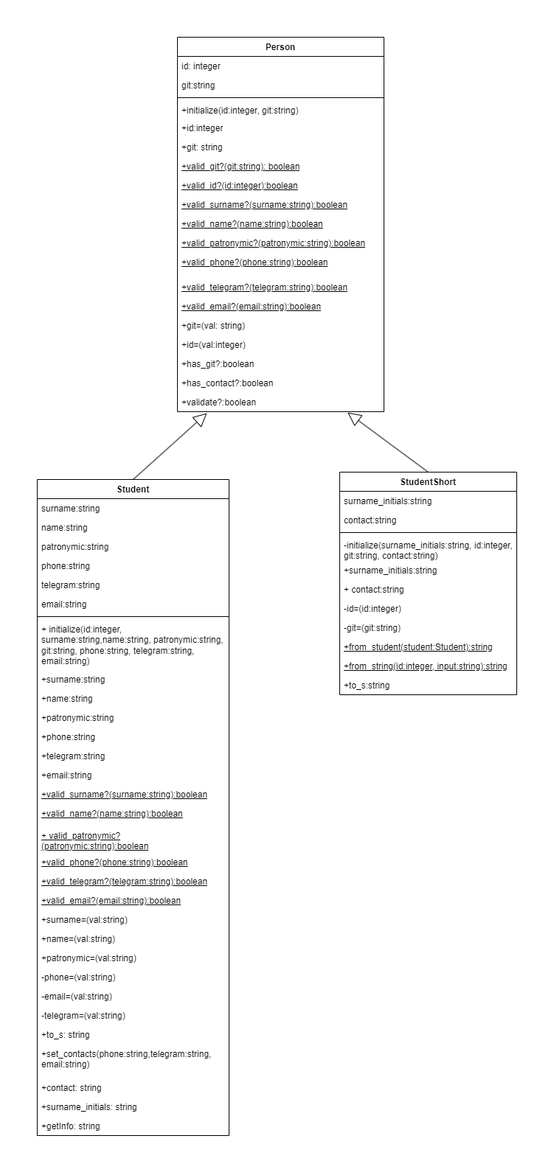
This is class_student/diagram.png from llKristina/ruby, a draw.io export, as it was before one commit. Source tidied: cells renumbered, new cells last; positions are measured from the earlier drawing's top-left corner, leaving out a move shared by most shapes.
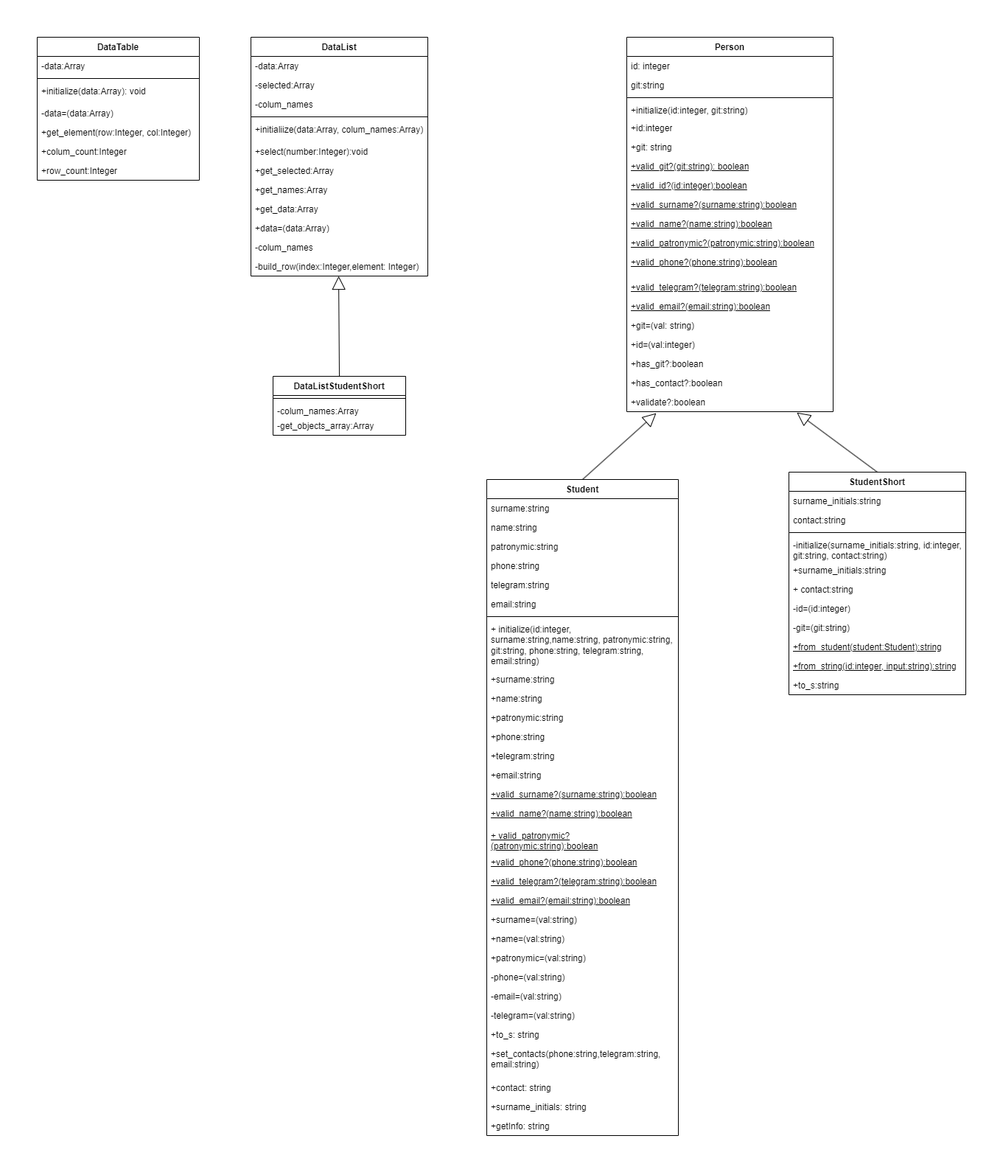
After the commit.

Commit message:
lab 4 task 1.10

Измененная диаграмма

Change to the diagram source:
```diff
@@ -202,5 +202,83 @@
     <mxCell id="67" style="endArrow=block;endSize=16;endFill=0;html=1;rounded=0;exitX=0.5;exitY=0;exitDx=0;exitDy=0;entryX=0.824;entryY=1.046;entryDx=0;entryDy=0;entryPerimeter=0;" parent="1" edge="1" source="54" target="21">
       <mxGeometry relative="1" as="geometry" />
     </mxCell>
+    <mxCell id="68" value="DataTable" style="swimlane;fontStyle=1;align=center;verticalAlign=top;horizontal=1;startSize=26;whiteSpace=wrap;html=1;" parent="1" vertex="1">
+      <mxGeometry x="-610" width="220" height="194" as="geometry" />
+    </mxCell>
+    <mxCell id="69" value="-data:Array" style="text;strokeColor=none;fillColor=none;align=left;verticalAlign=top;spacingLeft=4;spacingRight=4;overflow=hidden;whiteSpace=wrap;html=1;" parent="68" vertex="1">
+      <mxGeometry y="26" width="220" height="26" as="geometry" />
+    </mxCell>
+    <mxCell id="70" style="line;strokeWidth=1;fillColor=none;align=left;verticalAlign=middle;spacingTop=-1;spacingLeft=3;spacingRight=3;labelPosition=right;strokeColor=inherit;" parent="68" vertex="1">
+      <mxGeometry y="52" width="220" height="8" as="geometry" />
+    </mxCell>
+    <mxCell id="71" value="+initialize(data:Array): void" style="text;strokeColor=none;fillColor=none;align=left;verticalAlign=top;spacingLeft=4;spacingRight=4;overflow=hidden;whiteSpace=wrap;html=1;" parent="68" vertex="1">
+      <mxGeometry y="60" width="220" height="30" as="geometry" />
+    </mxCell>
+    <mxCell id="72" value="-data=(data:Array)" style="text;strokeColor=none;fillColor=none;align=left;verticalAlign=top;spacingLeft=4;spacingRight=4;overflow=hidden;whiteSpace=wrap;html=1;" parent="68" vertex="1">
+      <mxGeometry y="90" width="220" height="26" as="geometry" />
+    </mxCell>
+    <mxCell id="73" value="+get_element(row:Integer, col:Integer)" style="text;strokeColor=none;fillColor=none;align=left;verticalAlign=top;spacingLeft=4;spacingRight=4;overflow=hidden;whiteSpace=wrap;html=1;" parent="68" vertex="1">
+      <mxGeometry y="116" width="220" height="26" as="geometry" />
+    </mxCell>
+    <mxCell id="74" value="+colum_count:Integer" style="text;strokeColor=none;fillColor=none;align=left;verticalAlign=top;spacingLeft=4;spacingRight=4;overflow=hidden;whiteSpace=wrap;html=1;" parent="68" vertex="1">
+      <mxGeometry y="142" width="220" height="26" as="geometry" />
+    </mxCell>
+    <mxCell id="75" value="+row_count:Integer" style="text;strokeColor=none;fillColor=none;align=left;verticalAlign=top;spacingLeft=4;spacingRight=4;overflow=hidden;whiteSpace=wrap;html=1;" parent="68" vertex="1">
+      <mxGeometry y="168" width="220" height="26" as="geometry" />
+    </mxCell>
+    <mxCell id="76" value="DataList" style="swimlane;fontStyle=1;align=center;verticalAlign=top;horizontal=1;startSize=26;whiteSpace=wrap;html=1;" parent="1" vertex="1">
+      <mxGeometry x="-320" width="240" height="324" as="geometry" />
+    </mxCell>
+    <mxCell id="77" value="-data:Array" style="text;strokeColor=none;fillColor=none;align=left;verticalAlign=top;spacingLeft=4;spacingRight=4;overflow=hidden;whiteSpace=wrap;html=1;" parent="76" vertex="1">
+      <mxGeometry y="26" width="240" height="26" as="geometry" />
+    </mxCell>
+    <mxCell id="78" value="-selected:Array" style="text;strokeColor=none;fillColor=none;align=left;verticalAlign=top;spacingLeft=4;spacingRight=4;overflow=hidden;whiteSpace=wrap;html=1;" parent="76" vertex="1">
+      <mxGeometry y="52" width="240" height="26" as="geometry" />
+    </mxCell>
+    <mxCell id="79" value="-colum_names" style="text;strokeColor=none;fillColor=none;align=left;verticalAlign=top;spacingLeft=4;spacingRight=4;overflow=hidden;whiteSpace=wrap;html=1;" parent="76" vertex="1">
+      <mxGeometry y="78" width="240" height="26" as="geometry" />
+    </mxCell>
+    <mxCell id="80" style="line;strokeWidth=1;fillColor=none;align=left;verticalAlign=middle;spacingTop=-1;spacingLeft=3;spacingRight=3;labelPosition=right;strokeColor=inherit;" parent="76" vertex="1">
+      <mxGeometry y="104" width="240" height="8" as="geometry" />
+    </mxCell>
+    <mxCell id="81" value="+initialiize(data:Array, colum_names:Array)" style="text;strokeColor=none;fillColor=none;align=left;verticalAlign=top;spacingLeft=4;spacingRight=4;overflow=hidden;whiteSpace=wrap;html=1;" parent="76" vertex="1">
+      <mxGeometry y="112" width="240" height="30" as="geometry" />
+    </mxCell>
+    <mxCell id="82" value="+select(number:Integer):void" style="text;strokeColor=none;fillColor=none;align=left;verticalAlign=top;spacingLeft=4;spacingRight=4;overflow=hidden;whiteSpace=wrap;html=1;" parent="76" vertex="1">
+      <mxGeometry y="142" width="240" height="26" as="geometry" />
+    </mxCell>
+    <mxCell id="83" value="+get_selected:Array" style="text;strokeColor=none;fillColor=none;align=left;verticalAlign=top;spacingLeft=4;spacingRight=4;overflow=hidden;whiteSpace=wrap;html=1;" parent="76" vertex="1">
+      <mxGeometry y="168" width="240" height="26" as="geometry" />
+    </mxCell>
+    <mxCell id="84" value="+get_names:Array" style="text;strokeColor=none;fillColor=none;align=left;verticalAlign=top;spacingLeft=4;spacingRight=4;overflow=hidden;whiteSpace=wrap;html=1;" parent="76" vertex="1">
+      <mxGeometry y="194" width="240" height="26" as="geometry" />
+    </mxCell>
+    <mxCell id="85" value="+get_data:Array" style="text;strokeColor=none;fillColor=none;align=left;verticalAlign=top;spacingLeft=4;spacingRight=4;overflow=hidden;whiteSpace=wrap;html=1;" parent="76" vertex="1">
+      <mxGeometry y="220" width="240" height="26" as="geometry" />
+    </mxCell>
+    <mxCell id="86" value="+data=(data:Array)" style="text;strokeColor=none;fillColor=none;align=left;verticalAlign=top;spacingLeft=4;spacingRight=4;overflow=hidden;whiteSpace=wrap;html=1;" parent="76" vertex="1">
+      <mxGeometry y="246" width="240" height="26" as="geometry" />
+    </mxCell>
+    <mxCell id="87" value="-colum_names" style="text;strokeColor=none;fillColor=none;align=left;verticalAlign=top;spacingLeft=4;spacingRight=4;overflow=hidden;whiteSpace=wrap;html=1;" parent="76" vertex="1">
+      <mxGeometry y="272" width="240" height="26" as="geometry" />
+    </mxCell>
+    <mxCell id="88" value="-build_row(index:Integer,element: Integer)" style="text;strokeColor=none;fillColor=none;align=left;verticalAlign=top;spacingLeft=4;spacingRight=4;overflow=hidden;points=[[0,0.5],[1,0.5]];portConstraint=eastwest;whiteSpace=wrap;html=1;" parent="76" vertex="1">
+      <mxGeometry y="298" width="240" height="26" as="geometry" />
+    </mxCell>
+    <mxCell id="89" value="DataListStudentShort" style="swimlane;fontStyle=1;align=center;verticalAlign=top;horizontal=1;startSize=26;whiteSpace=wrap;html=1;" parent="1" vertex="1">
+      <mxGeometry x="-290" y="460" width="180" height="80" as="geometry" />
+    </mxCell>
+    <mxCell id="90" style="line;strokeWidth=1;fillColor=none;align=left;verticalAlign=middle;spacingTop=-1;spacingLeft=3;spacingRight=3;labelPosition=right;strokeColor=inherit;" parent="89" vertex="1">
+      <mxGeometry y="26" width="180" height="8" as="geometry" />
+    </mxCell>
+    <mxCell id="91" value="-colum_names:Array" style="text;strokeColor=none;fillColor=none;align=left;verticalAlign=top;spacingLeft=4;spacingRight=4;overflow=hidden;whiteSpace=wrap;html=1;" parent="89" vertex="1">
+      <mxGeometry y="34" width="180" height="20" as="geometry" />
+    </mxCell>
+    <mxCell id="92" value="-get_objects_array:Array" style="text;strokeColor=none;fillColor=none;align=left;verticalAlign=top;spacingLeft=4;spacingRight=4;overflow=hidden;whiteSpace=wrap;html=1;" parent="89" vertex="1">
+      <mxGeometry y="54" width="180" height="26" as="geometry" />
+    </mxCell>
+    <mxCell id="93" style="endArrow=block;endSize=16;endFill=0;html=1;rounded=0;exitX=0.5;exitY=0;exitDx=0;exitDy=0;entryX=0.496;entryY=1;entryDx=0;entryDy=0;entryPerimeter=0;" parent="1" edge="1" source="89" target="88">
+      <mxGeometry relative="1" as="geometry" />
+    </mxCell>
   </root>
 </mxGraphModel>
```
